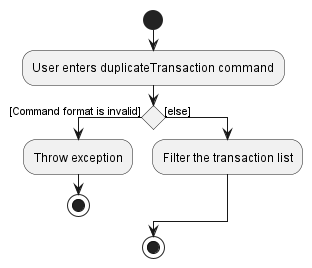
wui-hong/tp keeps this PlantUML diagram as docs/images/ListTransactionActivityDiagram.png. Above is the earlier version. Its diagram source:
```plantuml
@startuml
!pragma useVerticalIf on
start
:User enters duplicateTransaction command;
if () then ([Command format is invalid])
  :Throw exception;
  stop
else ([else])
  :Filter the transaction list;
endif
stop
@enduml
```
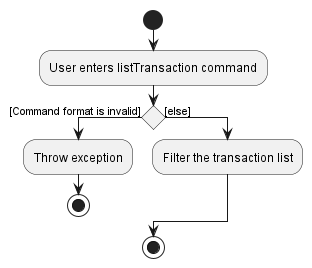
The same file after the commit.

Change to the diagram source:
```diff
@@ -1,7 +1,7 @@
 @startuml
 !pragma useVerticalIf on
 start
-:User enters duplicateTransaction command;
+:User enters listTransaction command;
 if () then ([Command format is invalid])
   :Throw exception;
   stop
```
